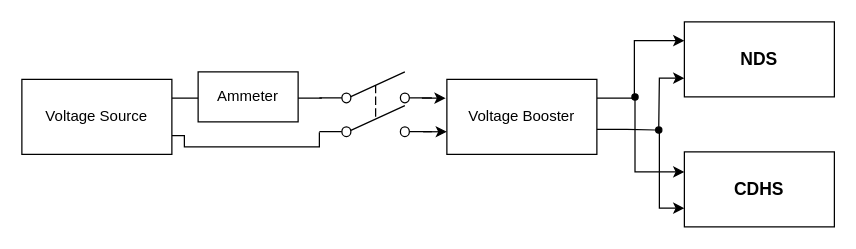
The draw.io diagram Pow_m_m.drawio in AnuragMTP/Figures-thesis, before the edit. Source tidied: cells renumbered, new cells numbered last; positions are measured from the earlier drawing's top-left corner, leaving out a move shared by most shapes. Both pictures are drawn from the tidied source at 125%, with x=0, y=0 at pixel (21, 21).
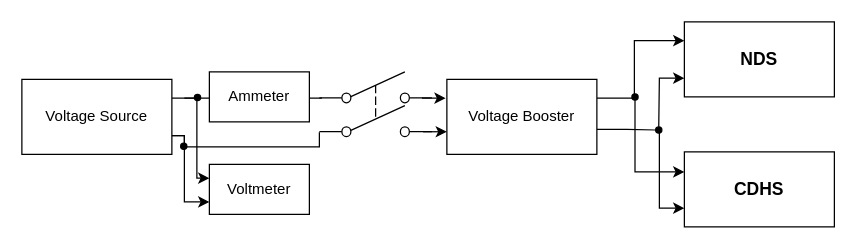
Above is the later version.

The edit, as a diff of the source:
```diff
@@
     <mxCell id="13" value="Ammeter" style="rounded=0;whiteSpace=wrap;html=1;" parent="1" vertex="1">
-      <mxGeometry x="141" y="40" width="80" height="40" as="geometry" />
+      <mxGeometry x="150" y="40" width="80" height="40" as="geometry" />
     </mxCell>
@@
+    <mxCell id="19" style="edgeStyle=elbowEdgeStyle;rounded=0;jettySize=auto;html=1;exitX=0;exitY=0.75;exitDx=0;exitDy=0;startArrow=classic;startFill=1;endArrow=none;endFill=0;" parent="1" edge="1" source="21">
+      <mxGeometry relative="1" as="geometry">
+        <mxPoint x="120" y="91" as="targetPoint" />
+        <Array as="points">
+          <mxPoint x="130" y="110" />
+        </Array>
+      </mxGeometry>
+    </mxCell>
+    <mxCell id="20" style="edgeStyle=elbowEdgeStyle;rounded=0;orthogonalLoop=1;jettySize=auto;html=1;exitX=0;exitY=0.25;exitDx=0;exitDy=0;startArrow=classic;startFill=1;endArrow=none;endFill=0;" parent="1" edge="1">
+      <mxGeometry relative="1" as="geometry">
+        <mxPoint x="150" y="125" as="sourcePoint" />
+        <mxPoint x="130" y="61" as="targetPoint" />
+      </mxGeometry>
+    </mxCell>
+    <mxCell id="21" value="Voltmeter" style="rounded=0;whiteSpace=wrap;html=1;" parent="1" vertex="1">
+      <mxGeometry x="150" y="114" width="80" height="40" as="geometry" />
+    </mxCell>
+    <mxCell id="22" style="ellipse;whiteSpace=wrap;html=1;fillColor=#000000;" parent="1" vertex="1">
+      <mxGeometry x="138" y="58" width="5" height="5" as="geometry" />
+    </mxCell>
+    <mxCell id="23" style="ellipse;whiteSpace=wrap;html=1;fillColor=#000000;" parent="1" vertex="1">
+      <mxGeometry x="127" y="97" width="5" height="5" as="geometry" />
+    </mxCell>
```
